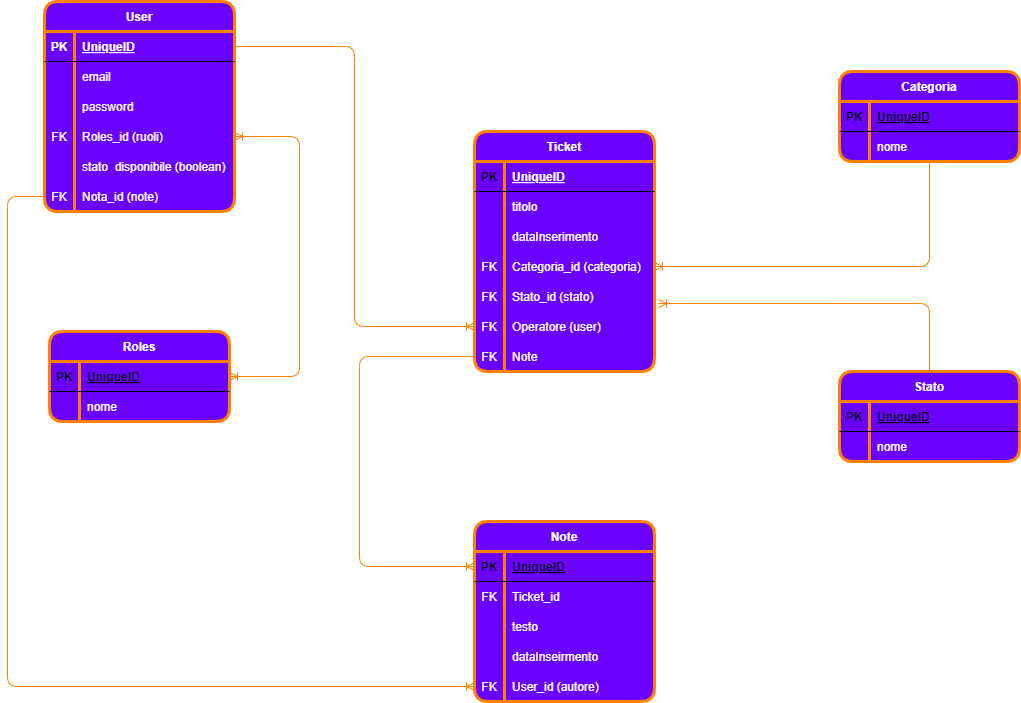
This is diagramma.png from nmorrone/ticket-platform, a draw.io export, as it was before one commit. Source tidied: cells renumbered, new cells last; positions are measured from the earlier drawing's top-left corner, leaving out a move shared by most shapes.
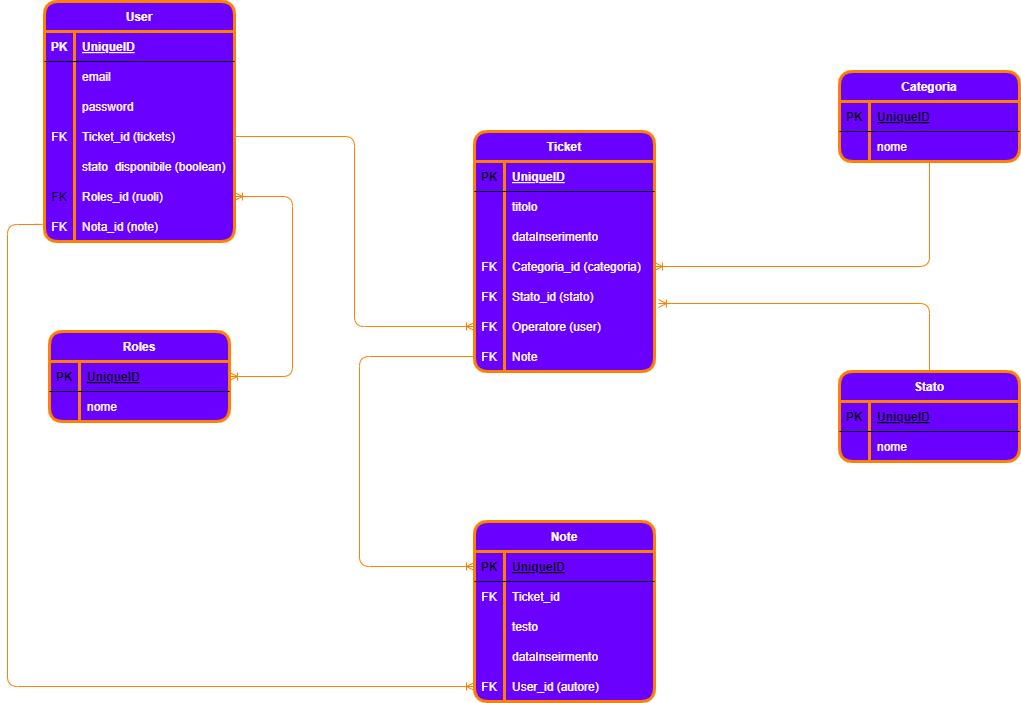
After the commit.

Change to the diagram source:
```diff
@@ -117,7 +117,7 @@
       <mxGeometry x="30" width="150" height="30" as="geometry" />
     </mxCell>
     <mxCell id="40" value="User" style="shape=table;startSize=30;rowLines=0;fontStyle=1;align=center;rounded=1;fillColor=#6A00FF;fontColor=#FFFFFF;strokeColor=#FF8000;swimlaneFillColor=#6A00FF;swimlaneLine=1;fontFamily=Helvetica;strokeWidth=3;" parent="1" vertex="1">
-      <mxGeometry x="37" width="190" height="210" as="geometry" />
+      <mxGeometry x="37" width="190" height="240" as="geometry" />
     </mxCell>
     <mxCell id="41" style="shape=tableRow;horizontal=0;startSize=0;swimlaneHead=0;swimlaneBody=0;fillColor=none;points=[[0,0.5],[1,0.5]];portConstraint=eastwest;top=0;left=0;right=0;bottom=1;rounded=1;swimlaneFillColor=none;" parent="40" vertex="1">
       <mxGeometry y="30" width="190" height="30" as="geometry" />
@@ -152,7 +152,7 @@
     <mxCell id="51" value="FK" style="shape=partialRectangle;fillColor=none;top=0;left=0;bottom=0;right=0;overflow=hidden;rounded=1;fontColor=#FFFFFF;" parent="50" vertex="1">
       <mxGeometry width="30" height="30" as="geometry" />
     </mxCell>
-    <mxCell id="52" value="Roles_id (ruoli)" style="shape=partialRectangle;fillColor=none;top=0;left=0;bottom=0;right=0;align=left;spacingLeft=6;overflow=hidden;rounded=1;fontColor=#FFFFFF;fontStyle=0;" parent="50" vertex="1">
+    <mxCell id="52" value="Ticket_id (tickets)" style="shape=partialRectangle;fillColor=none;top=0;left=0;bottom=0;right=0;align=left;spacingLeft=6;overflow=hidden;rounded=1;fontColor=#FFFFFF;fontStyle=0;" parent="50" vertex="1">
       <mxGeometry x="30" width="160" height="30" as="geometry" />
     </mxCell>
     <mxCell id="53" style="shape=tableRow;horizontal=0;startSize=0;swimlaneHead=0;swimlaneBody=0;fillColor=none;top=0;left=0;right=0;bottom=0;rounded=1;" parent="40" vertex="1">
@@ -164,8 +164,17 @@
     <mxCell id="55" value="stato  disponibile (boolean)" style="shape=partialRectangle;fillColor=none;top=0;left=0;bottom=0;right=0;align=left;spacingLeft=6;overflow=hidden;rounded=1;fontColor=#FFFFFF;" parent="53" vertex="1">
       <mxGeometry x="30" width="160" height="30" as="geometry" />
     </mxCell>
+    <mxCell id="86" style="shape=tableRow;horizontal=0;startSize=0;swimlaneHead=0;swimlaneBody=0;fillColor=none;points=[[0,0.5],[1,0.5]];portConstraint=eastwest;top=0;left=0;right=0;bottom=0;rounded=1;" parent="40" vertex="1">
+      <mxGeometry y="180" width="190" height="30" as="geometry" />
+    </mxCell>
+    <mxCell id="87" value="FK" style="shape=partialRectangle;fillColor=none;top=0;left=0;bottom=0;right=0;overflow=hidden;rounded=1;" parent="86" vertex="1">
+      <mxGeometry width="30" height="30" as="geometry" />
+    </mxCell>
+    <mxCell id="88" value="Roles_id (ruoli)" style="shape=partialRectangle;fillColor=none;top=0;left=0;bottom=0;right=0;align=left;spacingLeft=6;overflow=hidden;rounded=1;fontColor=#FFFFFF;" parent="86" vertex="1">
+      <mxGeometry x="30" width="160" height="30" as="geometry" />
+    </mxCell>
     <mxCell id="56" style="shape=tableRow;horizontal=0;startSize=0;swimlaneHead=0;swimlaneBody=0;fillColor=none;points=[[0,0.5],[1,0.5]];portConstraint=eastwest;top=0;left=0;right=0;bottom=0;rounded=1;" parent="40" vertex="1">
-      <mxGeometry y="180" width="190" height="30" as="geometry" />
+      <mxGeometry y="210" width="190" height="30" as="geometry" />
     </mxCell>
     <mxCell id="57" value="FK" style="shape=partialRectangle;fillColor=none;top=0;left=0;bottom=0;right=0;overflow=hidden;rounded=1;fontColor=#FFFFFF;" parent="56" vertex="1">
       <mxGeometry width="30" height="30" as="geometry" />
@@ -236,14 +245,14 @@
     <mxCell id="79" value="nome" style="shape=partialRectangle;fillColor=none;top=0;left=0;bottom=0;right=0;align=left;spacingLeft=6;overflow=hidden;rounded=1;fontColor=#FFFFFF;" parent="77" vertex="1">
       <mxGeometry x="30" width="150" height="30" as="geometry" />
     </mxCell>
-    <mxCell id="80" style="edgeStyle=orthogonalEdgeStyle;fontSize=12;html=1;endArrow=ERoneToMany;startArrow=baseDash;exitX=1;exitY=0.5;exitDx=0;exitDy=0;entryX=0;entryY=0.5;entryDx=0;entryDy=0;rounded=1;fontColor=#FF8000;strokeColor=#FF8000;endFill=0;startFill=0;" parent="1" edge="1" source="41" target="18">
+    <mxCell id="80" style="edgeStyle=orthogonalEdgeStyle;fontSize=12;html=1;endArrow=ERoneToMany;startArrow=baseDash;exitX=1;exitY=0.5;exitDx=0;exitDy=0;entryX=0;entryY=0.5;entryDx=0;entryDy=0;rounded=1;fontColor=#FF8000;strokeColor=#FF8000;endFill=0;startFill=0;" parent="1" edge="1" source="50" target="18">
       <mxGeometry relative="1" as="geometry" />
     </mxCell>
-    <mxCell id="81" style="edgeStyle=orthogonalEdgeStyle;fontSize=12;html=1;endArrow=ERoneToMany;startArrow=ERoneToMany;exitX=1;exitY=0.5;exitDx=0;exitDy=0;entryX=1;entryY=0.5;entryDx=0;entryDy=0;rounded=1;strokeColor=#FF8000;startFill=0;endFill=0;" parent="1" edge="1" source="60" target="50">
+    <mxCell id="81" style="fontSize=12;html=1;endArrow=ERoneToMany;startArrow=ERoneToMany;exitX=1;exitY=0.5;exitDx=0;exitDy=0;rounded=1;strokeColor=#FF8000;startFill=0;endFill=0;entryX=1;entryY=0.5;entryDx=0;entryDy=0;edgeStyle=orthogonalEdgeStyle;" parent="1" edge="1" source="60" target="86">
       <mxGeometry relative="1" as="geometry">
         <Array as="points">
-          <mxPoint x="292" y="375" />
-          <mxPoint x="292" y="135" />
+          <mxPoint x="285" y="375" />
+          <mxPoint x="285" y="195" />
         </Array>
       </mxGeometry>
     </mxCell>
@@ -264,7 +273,8 @@
     <mxCell id="85" style="edgeStyle=orthogonalEdgeStyle;fontSize=12;html=1;endArrow=ERoneToMany;fontColor=#FFFFFF;exitX=0;exitY=0.5;exitDx=0;exitDy=0;strokeColor=#FF8000;" parent="1" edge="1" source="56" target="37">
       <mxGeometry relative="1" as="geometry">
         <Array as="points">
-          <mxPoint y="195" />
+          <mxPoint x="37" y="223" />
+          <mxPoint y="223" />
           <mxPoint y="685" />
         </Array>
       </mxGeometry>
```
